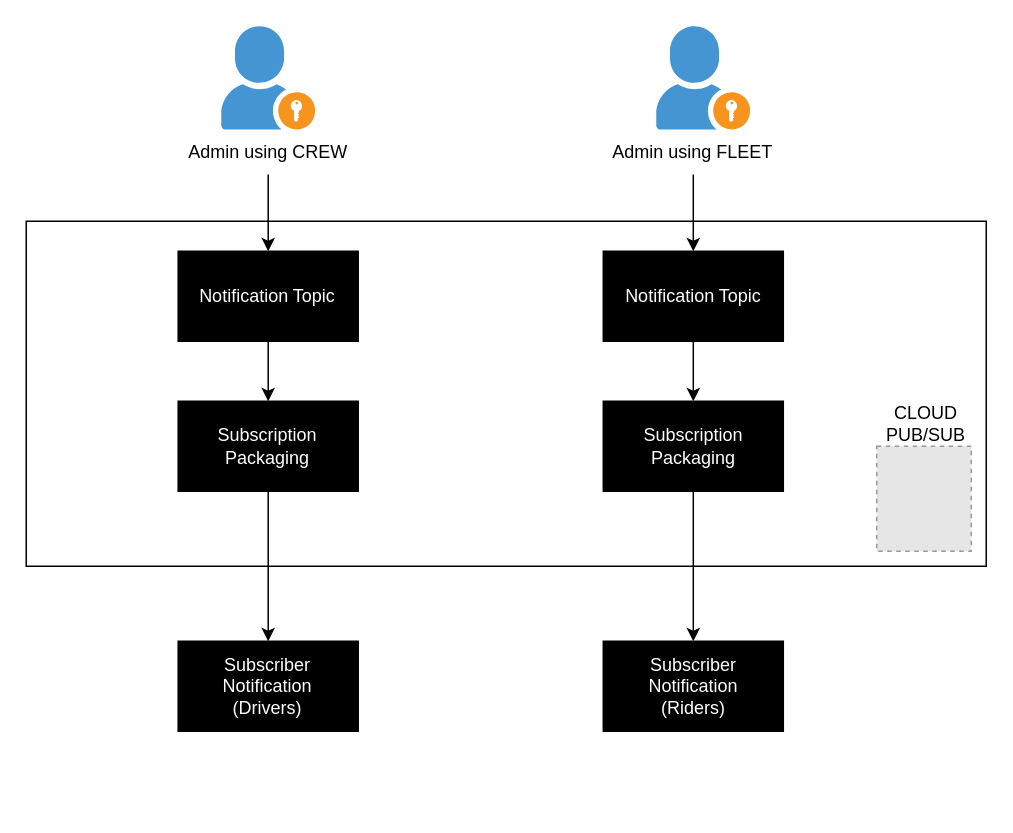
Before: Untitled Diagram.drawio in glennquah/Bites-by-Bytes, a draw.io diagram. Source tidied: cells renumbered, new cells numbered last; positions are measured from the earlier drawing's top-left corner, leaving out a move shared by most shapes. Both pictures are drawn from the tidied source at 150%, with x=0, y=0 at pixel (26, 26). Pictures stored in the file or linked from it are replaced by grey dashed boxes.
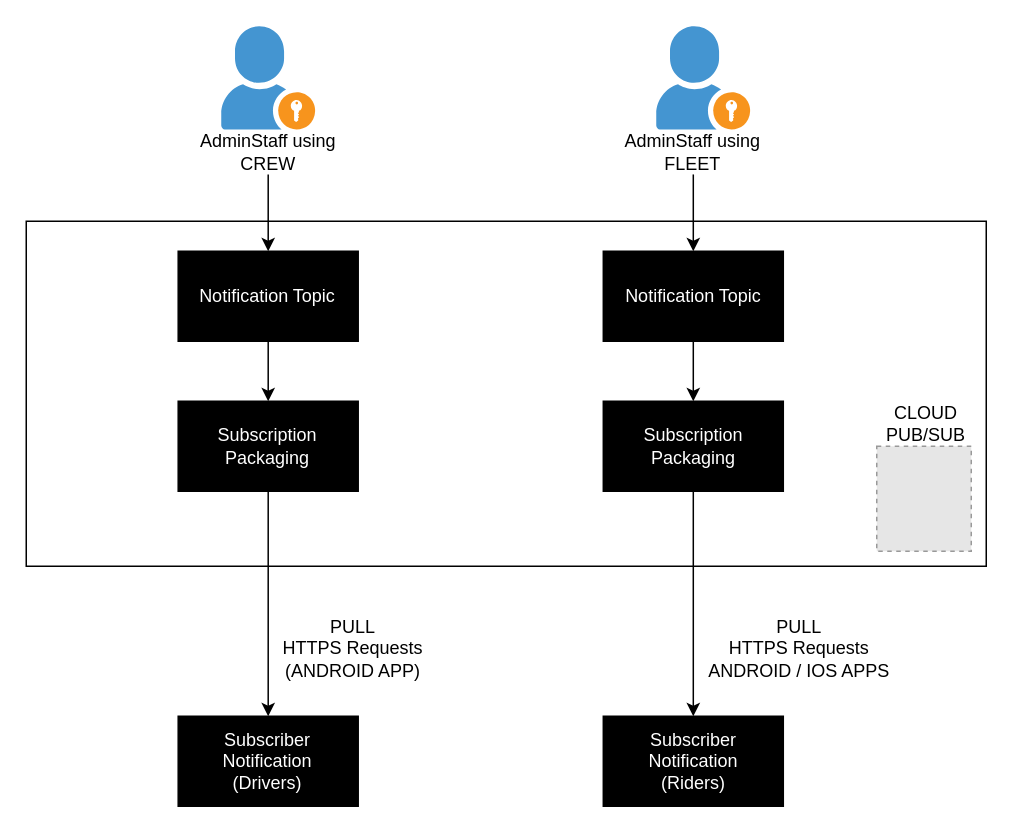
The same diagram, later.

Diff of the diagram source:
```diff
@@
-    <mxCell id="7" value="Admin using CREW" style="text;html=1;align=center;verticalAlign=middle;whiteSpace=wrap;rounded=0;" parent="1" vertex="1">
+    <mxCell id="7" value="AdminStaff using CREW" style="text;html=1;align=center;verticalAlign=middle;whiteSpace=wrap;rounded=0;" parent="1" vertex="1">
       <mxGeometry x="96.6" y="68.8" width="129.4" height="30" as="geometry" />
     </mxCell>
@@
     <mxCell id="12" value="&lt;font color=&quot;#ffffff&quot;&gt;Subscriber Notification&lt;/font&gt;&lt;div&gt;&lt;font color=&quot;#ffffff&quot;&gt;(Drivers)&lt;/font&gt;&lt;/div&gt;" style="rounded=0;whiteSpace=wrap;html=1;fillColor=#000000;align=center;" parent="1" vertex="1">
-      <mxGeometry x="101.3" y="410" width="120" height="60" as="geometry" />
+      <mxGeometry x="101.3" y="460" width="120" height="60" as="geometry" />
     </mxCell>
@@
-    <mxCell id="15" value="Admin using FLEET" style="text;html=1;align=center;verticalAlign=middle;whiteSpace=wrap;rounded=0;" parent="1" vertex="1">
+    <mxCell id="15" value="AdminStaff using FLEET" style="text;html=1;align=center;verticalAlign=middle;whiteSpace=wrap;rounded=0;" parent="1" vertex="1">
       <mxGeometry x="380" y="68.8" width="129.4" height="30" as="geometry" />
     </mxCell>
     <mxCell id="16" value="&lt;font color=&quot;#ffffff&quot;&gt;Subscriber Notification&lt;/font&gt;&lt;div&gt;&lt;font color=&quot;#ffffff&quot;&gt;(Riders)&lt;/font&gt;&lt;/div&gt;" style="rounded=0;whiteSpace=wrap;html=1;fillColor=#000000;align=center;" parent="1" vertex="1">
-      <mxGeometry x="384.7" y="410" width="120" height="60" as="geometry" />
+      <mxGeometry x="384.7" y="460" width="120" height="60" as="geometry" />
     </mxCell>
@@
+    <mxCell id="21" value="PULL&lt;div&gt;HTTPS Requests&lt;/div&gt;&lt;div&gt;ANDROID / IOS APPS&lt;/div&gt;" style="text;html=1;align=center;verticalAlign=middle;whiteSpace=wrap;rounded=0;" parent="1" vertex="1">
+      <mxGeometry x="410" y="400" width="210.6" height="30" as="geometry" />
+    </mxCell>
+    <mxCell id="22" value="PULL&lt;div&gt;HTTPS Requests&lt;/div&gt;&lt;div&gt;(ANDROID APP)&lt;/div&gt;" style="text;html=1;align=center;verticalAlign=middle;whiteSpace=wrap;rounded=0;" parent="1" vertex="1">
+      <mxGeometry x="166" y="400" width="104" height="30" as="geometry" />
+    </mxCell>
```
